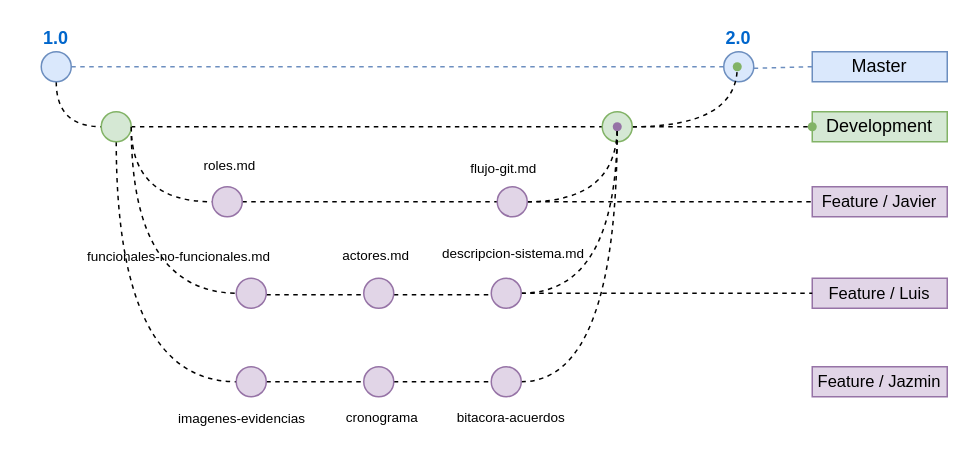
Above: Diagrama sin título.drawio in Habuked/portal-practicas-profesionales (draw.io), before the change. Source tidied: cells renumbered, new cells numbered last; positions are measured from the earlier drawing's top-left corner, leaving out a move shared by most shapes. Both pictures are drawn from the tidied source at 150%, with x=0, y=0 at pixel (26, 51).
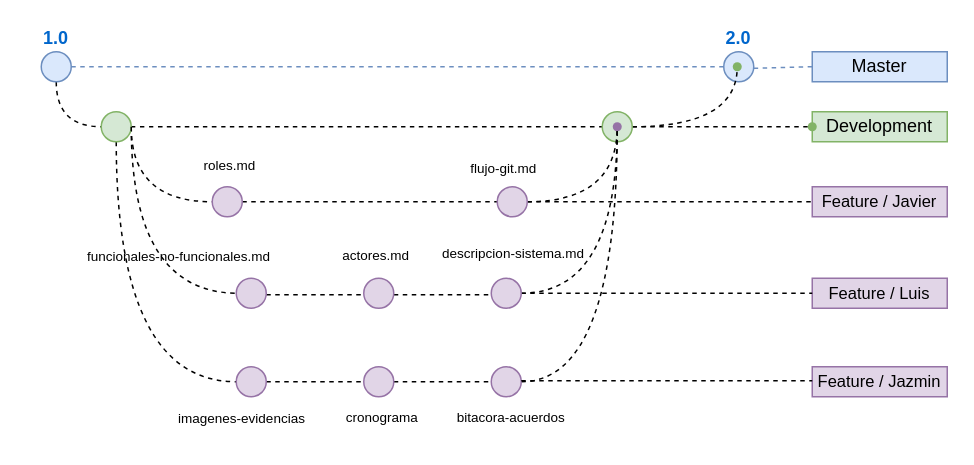
Above is the later version.

Diff of the diagram source:
```diff
@@
+    <mxCell id="49" style="edgeStyle=orthogonalEdgeStyle;rounded=0;orthogonalLoop=1;jettySize=auto;html=1;endArrow=none;startFill=0;dashed=1;entryX=0;entryY=0.5;entryDx=0;entryDy=0;" parent="1" edge="1">
+      <mxGeometry relative="1" as="geometry">
+        <mxPoint x="330" y="219.4" as="sourcePoint" />
+        <mxPoint x="524" y="219.4" as="targetPoint" />
+      </mxGeometry>
+    </mxCell>
```
